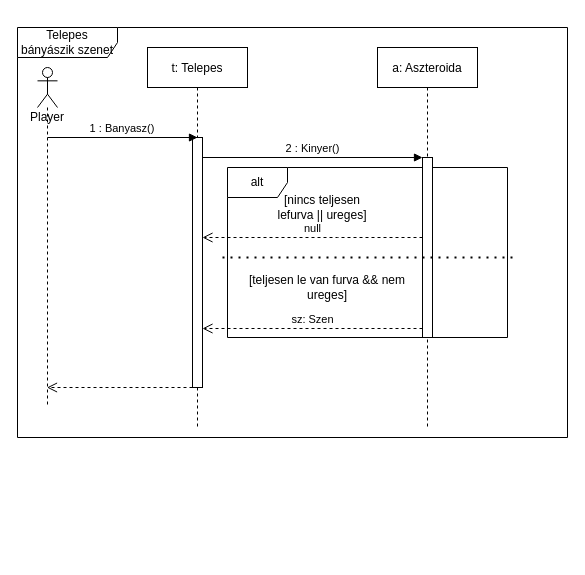
Above: page "szen" (5 of 5) of doc/szekvencia/szek_TelepesBanyasz.drawio in torpeBoiGo/aszteroidabanyaszat (draw.io), before the change. Source tidied: cells renumbered, new cells numbered last; positions are measured from the earlier drawing's top-left corner, leaving out a move shared by most shapes. Both pictures are drawn from the tidied source at 100%, with x=0, y=0 at pixel (17, 27).
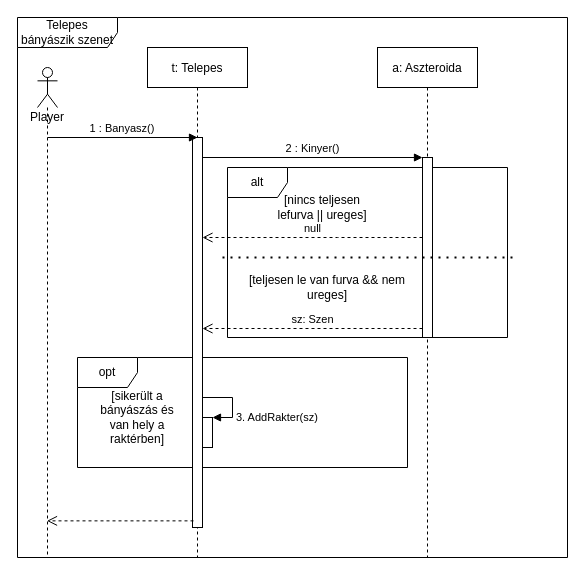
The same page after the edit.

Diff of the diagram source:
```diff
@@
+    <mxCell id="17" value="opt" style="shape=umlFrame;whiteSpace=wrap;html=1;" parent="1" vertex="1">
+      <mxGeometry x="60" y="330" width="330" height="110" as="geometry" />
+    </mxCell>
     <mxCell id="2" value="Telepes bányászik szenet" style="shape=umlFrame;whiteSpace=wrap;html=1;width=100;height=30;" parent="1" vertex="1">
-      <mxGeometry width="550" height="410" as="geometry" />
+      <mxGeometry y="-10" width="550" height="540" as="geometry" />
     </mxCell>
@@
     <mxCell id="4" value="t: Telepes" style="shape=umlLifeline;perimeter=lifelinePerimeter;rounded=0;shadow=0;strokeWidth=1;" parent="1" vertex="1">
-      <mxGeometry x="130" y="20" width="100" height="380" as="geometry" />
+      <mxGeometry x="130" y="20" width="100" height="510" as="geometry" />
     </mxCell>
     <mxCell id="5" style="html=1;points=[];perimeter=orthogonalPerimeter;" parent="4" vertex="1">
-      <mxGeometry x="45" y="90" width="10" height="250" as="geometry" />
+      <mxGeometry x="45" y="90" width="10" height="390" as="geometry" />
     </mxCell>
@@
     <mxCell id="7" value="a: Aszteroida" style="shape=umlLifeline;perimeter=lifelinePerimeter;rounded=0;shadow=0;strokeWidth=1;" parent="1" vertex="1">
-      <mxGeometry x="360" y="20" width="100" height="380" as="geometry" />
+      <mxGeometry x="360" y="20" width="100" height="510" as="geometry" />
     </mxCell>
@@
-    <mxCell id="11" style="html=1;verticalAlign=bottom;endArrow=open;dashed=1;endSize=8;" parent="1" edge="1" target="15">
-      <mxGeometry relative="1" as="geometry">
-        <mxPoint x="175" y="360" as="sourcePoint" />
-      </mxGeometry>
+    <mxCell id="11" style="html=1;verticalAlign=bottom;endArrow=open;dashed=1;endSize=8;exitX=0.1;exitY=0.983;exitDx=0;exitDy=0;exitPerimeter=0;" parent="1" edge="1" source="5" target="15">
+      <mxGeometry relative="1" as="geometry" />
     </mxCell>
@@
     <mxCell id="15" value="Player" style="shape=umlLifeline;participant=umlActor;perimeter=lifelinePerimeter;whiteSpace=wrap;html=1;verticalAlign=top;spacingTop=36;outlineConnect=0;" parent="1" vertex="1">
-      <mxGeometry x="20" y="40" width="20" height="340" as="geometry" />
+      <mxGeometry x="20" y="40" width="20" height="490" as="geometry" />
     </mxCell>
@@
+    <mxCell id="18" style="html=1;points=[];perimeter=orthogonalPerimeter;" parent="1" vertex="1">
+      <mxGeometry x="185" y="390" width="10" height="30" as="geometry" />
+    </mxCell>
+    <mxCell id="19" value="3. AddRakter(sz)" style="edgeStyle=orthogonalEdgeStyle;html=1;align=left;spacingLeft=2;endArrow=block;rounded=0;entryX=1;entryY=0;" parent="1" edge="1" target="18">
+      <mxGeometry x="0.43" relative="1" as="geometry">
+        <mxPoint x="185" y="370" as="sourcePoint" />
+        <Array as="points">
+          <mxPoint x="215" y="370" />
+        </Array>
+      </mxGeometry>
+    </mxCell>
+    <mxCell id="20" value="[sikerült a bányászás és van hely a raktérben]" style="text;html=1;strokeColor=none;fillColor=none;align=center;verticalAlign=middle;whiteSpace=wrap;rounded=0;" parent="1" vertex="1">
+      <mxGeometry x="80" y="380" width="80" height="20" as="geometry" />
+    </mxCell>
```
